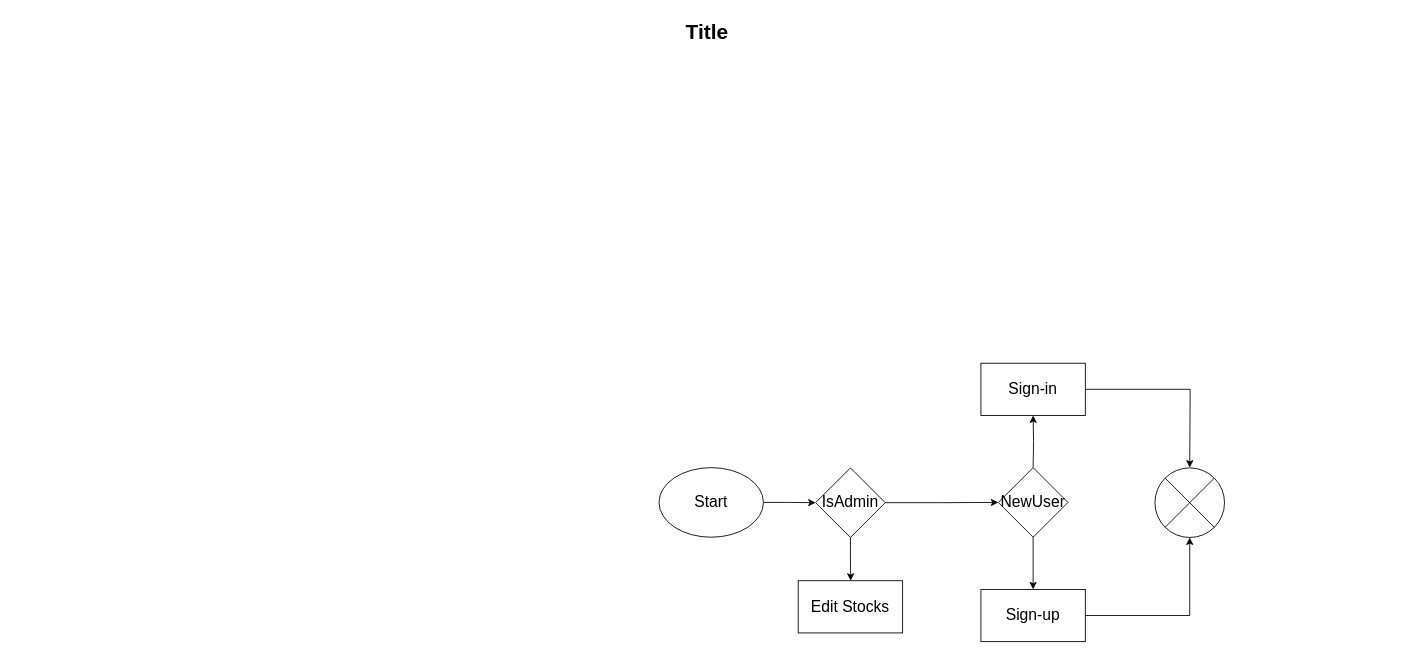
Earlier version of the draw.io diagram Untitled Diagram.drawio (tejiriaustin/BQmart). Source tidied: cells renumbered, new cells numbered last; positions are measured from the earlier drawing's top-left corner, leaving out a move shared by most shapes. Both pictures are drawn from the tidied source at 87%, with x=0, y=0 at pixel (15, 15).
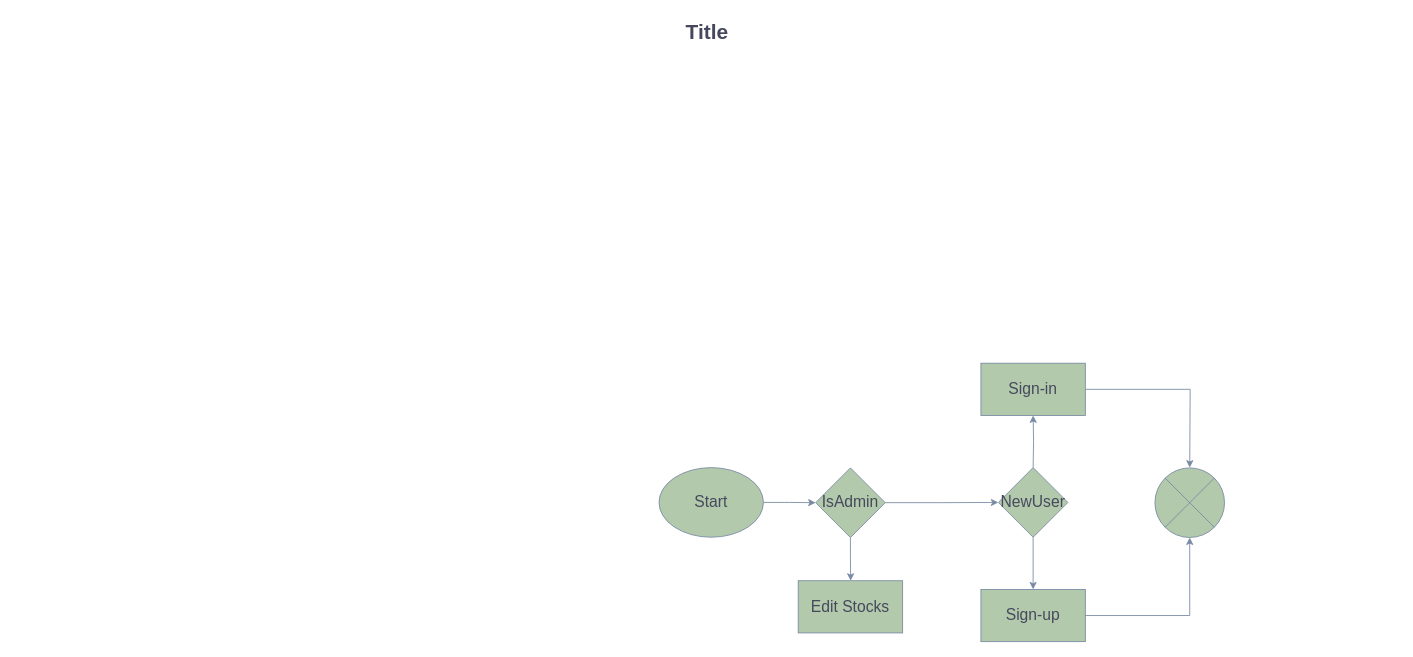
After the change.

The edit, as a diff of the source:
```diff
@@
 <mxGraphModel>
   <root>
     <mxCell id="0" />
     <mxCell id="1" parent="0" />
-    <mxCell id="2" value="Title" style="text;strokeColor=none;fillColor=none;html=1;fontSize=24;fontStyle=1;verticalAlign=middle;align=center;" parent="1" vertex="1">
+    <mxCell id="2" value="Title" style="text;strokeColor=none;fillColor=none;html=1;fontSize=24;fontStyle=1;verticalAlign=middle;align=center;fontColor=#46495D;" parent="1" vertex="1">
       <mxGeometry width="1590" height="40" as="geometry" />
     </mxCell>
-    <mxCell id="3" style="edgeStyle=orthogonalEdgeStyle;rounded=0;jettySize=auto;html=1;exitX=1;exitY=0.5;exitDx=0;exitDy=0;fontSize=18;" parent="1" edge="1" source="4" target="8">
+    <mxCell id="3" style="edgeStyle=orthogonalEdgeStyle;rounded=0;jettySize=auto;html=1;exitX=1;exitY=0.5;exitDx=0;exitDy=0;fontSize=18;strokeColor=#788AA3;fontColor=#46495D;" parent="1" edge="1" source="4" target="8">
       <mxGeometry relative="1" as="geometry" />
     </mxCell>
-    <mxCell id="4" value="&lt;font style=&quot;font-size: 18px&quot;&gt;Start&lt;/font&gt;" style="ellipse;whiteSpace=wrap;html=1;" parent="1" vertex="1">
+    <mxCell id="4" value="&lt;font style=&quot;font-size: 18px&quot;&gt;Start&lt;/font&gt;" style="ellipse;whiteSpace=wrap;html=1;fillColor=#B2C9AB;strokeColor=#788AA3;fontColor=#46495D;" parent="1" vertex="1">
       <mxGeometry x="740" y="520" width="120" height="80" as="geometry" />
     </mxCell>
-    <mxCell id="5" style="edgeStyle=orthogonalEdgeStyle;rounded=0;jettySize=auto;html=1;fontSize=18;" parent="1" edge="1" target="10">
+    <mxCell id="5" style="edgeStyle=orthogonalEdgeStyle;rounded=0;jettySize=auto;html=1;fontSize=18;strokeColor=#788AA3;fontColor=#46495D;" parent="1" edge="1" target="10">
       <mxGeometry relative="1" as="geometry">
         <mxPoint x="1170" y="520" as="sourcePoint" />
       </mxGeometry>
     </mxCell>
-    <mxCell id="6" style="edgeStyle=orthogonalEdgeStyle;rounded=0;jettySize=auto;html=1;exitX=1;exitY=0.5;exitDx=0;exitDy=0;fontSize=18;" parent="1" edge="1" source="8" target="12">
+    <mxCell id="6" style="edgeStyle=orthogonalEdgeStyle;rounded=0;jettySize=auto;html=1;exitX=1;exitY=0.5;exitDx=0;exitDy=0;fontSize=18;strokeColor=#788AA3;fontColor=#46495D;" parent="1" edge="1" source="8" target="12">
       <mxGeometry relative="1" as="geometry" />
     </mxCell>
-    <mxCell id="7" style="edgeStyle=orthogonalEdgeStyle;rounded=0;jettySize=auto;html=1;exitX=0.5;exitY=1;exitDx=0;exitDy=0;fontSize=18;" parent="1" edge="1" source="8">
+    <mxCell id="7" style="edgeStyle=orthogonalEdgeStyle;rounded=0;jettySize=auto;html=1;exitX=0.5;exitY=1;exitDx=0;exitDy=0;fontSize=18;strokeColor=#788AA3;fontColor=#46495D;" parent="1" edge="1" source="8">
       <mxGeometry relative="1" as="geometry">
         <mxPoint x="960.3" y="650" as="targetPoint" />
       </mxGeometry>
     </mxCell>
-    <mxCell id="8" value="IsAdmin&lt;br&gt;" style="rhombus;whiteSpace=wrap;html=1;fontSize=18;" parent="1" vertex="1">
+    <mxCell id="8" value="IsAdmin&lt;br&gt;" style="rhombus;whiteSpace=wrap;html=1;fontSize=18;fillColor=#B2C9AB;strokeColor=#788AA3;fontColor=#46495D;" parent="1" vertex="1">
       <mxGeometry x="920" y="520.3" width="80" height="80" as="geometry" />
     </mxCell>
-    <mxCell id="9" style="edgeStyle=orthogonalEdgeStyle;rounded=0;jettySize=auto;html=1;exitX=1;exitY=0.5;exitDx=0;exitDy=0;fontSize=18;" parent="1" edge="1" source="10">
+    <mxCell id="9" style="edgeStyle=orthogonalEdgeStyle;rounded=0;jettySize=auto;html=1;exitX=1;exitY=0.5;exitDx=0;exitDy=0;fontSize=18;strokeColor=#788AA3;fontColor=#46495D;" parent="1" edge="1" source="10">
       <mxGeometry relative="1" as="geometry">
         <mxPoint x="1350" y="520" as="targetPoint" />
       </mxGeometry>
     </mxCell>
-    <mxCell id="10" value="Sign-in" style="rounded=0;whiteSpace=wrap;html=1;fontSize=18;" parent="1" vertex="1">
+    <mxCell id="10" value="Sign-in" style="rounded=0;whiteSpace=wrap;html=1;fontSize=18;fillColor=#B2C9AB;strokeColor=#788AA3;fontColor=#46495D;" parent="1" vertex="1">
       <mxGeometry x="1110" y="400" width="120" height="60" as="geometry" />
     </mxCell>
-    <mxCell id="11" value="Edit Stocks" style="rounded=0;whiteSpace=wrap;html=1;fontSize=18;" parent="1" vertex="1">
+    <mxCell id="11" value="Edit Stocks" style="rounded=0;whiteSpace=wrap;html=1;fontSize=18;fillColor=#B2C9AB;strokeColor=#788AA3;fontColor=#46495D;" parent="1" vertex="1">
       <mxGeometry x="900" y="650" width="120" height="60" as="geometry" />
     </mxCell>
-    <mxCell id="12" value="NewUser&lt;br&gt;" style="rhombus;whiteSpace=wrap;html=1;fontSize=18;" parent="1" vertex="1">
+    <mxCell id="12" value="NewUser&lt;br&gt;" style="rhombus;whiteSpace=wrap;html=1;fontSize=18;fillColor=#B2C9AB;strokeColor=#788AA3;fontColor=#46495D;" parent="1" vertex="1">
       <mxGeometry x="1130" y="520" width="80" height="80" as="geometry" />
     </mxCell>
-    <mxCell id="13" style="group;" parent="1" vertex="1">
+    <mxCell id="13" style="group;fontColor=#46495D;" parent="1" vertex="1">
       <mxGeometry x="1110" y="660" width="120" height="60" as="geometry" />
     </mxCell>
-    <mxCell id="14" value="Sign-up" style="rounded=0;whiteSpace=wrap;html=1;fontSize=18;" parent="13" vertex="1">
+    <mxCell id="14" value="Sign-up" style="rounded=0;whiteSpace=wrap;html=1;fontSize=18;fillColor=#B2C9AB;strokeColor=#788AA3;fontColor=#46495D;" parent="13" vertex="1">
       <mxGeometry width="120" height="60" as="geometry" />
     </mxCell>
-    <mxCell id="15" style="edgeStyle=orthogonalEdgeStyle;rounded=0;jettySize=auto;html=1;exitX=0.5;exitY=1;exitDx=0;exitDy=0;entryX=0.5;entryY=0;entryDx=0;entryDy=0;fontSize=18;" parent="1" edge="1" source="12" target="14">
+    <mxCell id="15" style="edgeStyle=orthogonalEdgeStyle;rounded=0;jettySize=auto;html=1;exitX=0.5;exitY=1;exitDx=0;exitDy=0;entryX=0.5;entryY=0;entryDx=0;entryDy=0;fontSize=18;strokeColor=#788AA3;fontColor=#46495D;" parent="1" edge="1" source="12" target="14">
       <mxGeometry relative="1" as="geometry" />
     </mxCell>
-    <mxCell id="16" style="edgeStyle=orthogonalEdgeStyle;rounded=0;jettySize=auto;html=1;exitX=1;exitY=0.5;exitDx=0;exitDy=0;fontSize=18;" parent="1" edge="1" source="14" target="17">
+    <mxCell id="16" style="edgeStyle=orthogonalEdgeStyle;rounded=0;jettySize=auto;html=1;exitX=1;exitY=0.5;exitDx=0;exitDy=0;fontSize=18;strokeColor=#788AA3;fontColor=#46495D;" parent="1" edge="1" source="14" target="17">
       <mxGeometry relative="1" as="geometry" />
     </mxCell>
-    <mxCell id="17" style="shape=sumEllipse;perimeter=ellipsePerimeter;whiteSpace=wrap;html=1;backgroundOutline=1;fontSize=18;" parent="1" vertex="1">
+    <mxCell id="17" style="shape=sumEllipse;perimeter=ellipsePerimeter;whiteSpace=wrap;html=1;backgroundOutline=1;fontSize=18;fillColor=#B2C9AB;strokeColor=#788AA3;fontColor=#46495D;" parent="1" vertex="1">
       <mxGeometry x="1310" y="520.3" width="80" height="80" as="geometry" />
     </mxCell>
   </root>
 </mxGraphModel>
```
